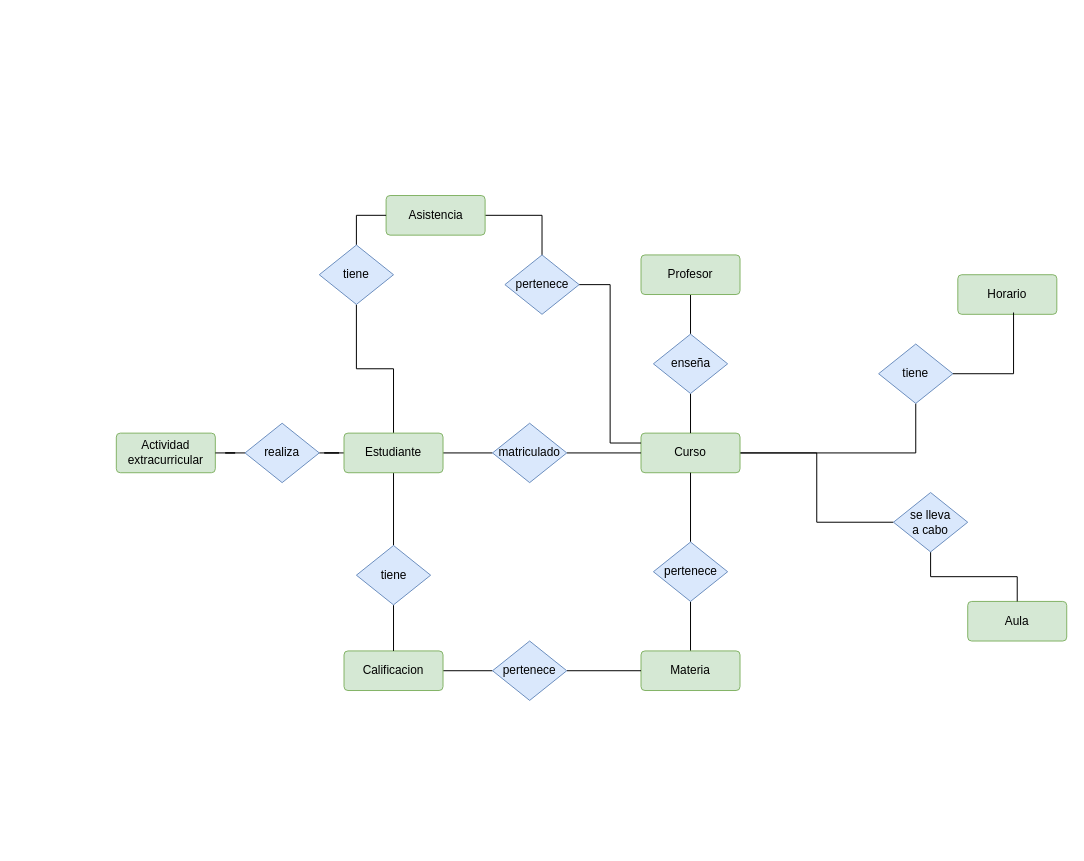
Earlier version of the draw.io diagram Unidad_1/Tareas/Tareas_entregables/Tarea_1/Diagrama sin título.drawio (OxideVanadium/base_de_datos). Source tidied: cells renumbered, new cells numbered last; positions are measured from the earlier drawing's top-left corner, leaving out a move shared by most shapes. Both pictures are drawn from the tidied source at 99%, with x=0, y=0 at pixel (116, 195).
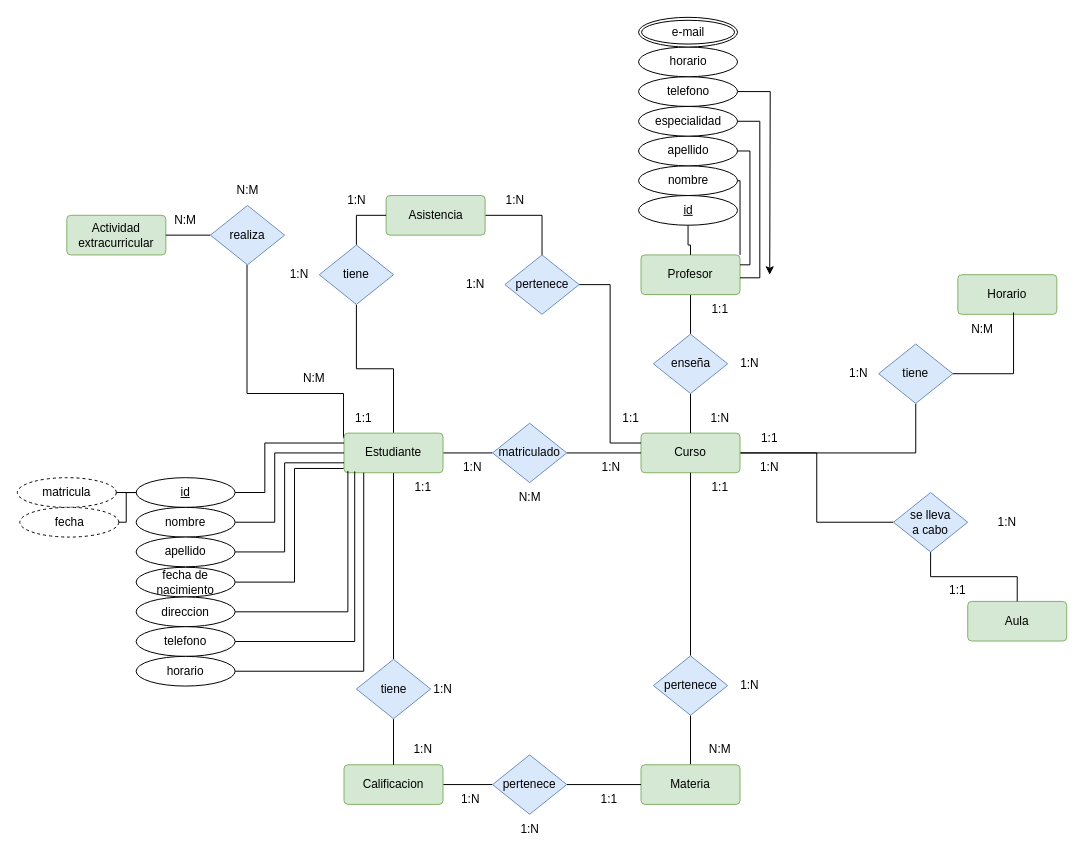
The same page after the edit.

The change refers to these unchanged cells:
```xml
<mxCell id="6" value="Estudiante" style="rounded=1;arcSize=10;whiteSpace=wrap;html=1;align=center;fillColor=#d5e8d4;strokeColor=#82b366;" parent="1" vertex="1">
  <mxGeometry x="230" y="240" width="100" height="40" as="geometry" />
</mxCell>
<mxCell id="11" value="Profesor" style="rounded=1;arcSize=10;whiteSpace=wrap;html=1;align=center;fillColor=#d5e8d4;strokeColor=#82b366;" parent="1" vertex="1">
  <mxGeometry x="530" y="60" width="100" height="40" as="geometry" />
</mxCell>
```

The edit, as a diff of the source:
```diff
@@
-    <mxCell id="5" style="edgeStyle=orthogonalEdgeStyle;rounded=0;jettySize=auto;html=1;endArrow=none;endFill=0;" parent="1" edge="1" source="6" target="39">
-      <mxGeometry relative="1" as="geometry" />
+    <mxCell id="5" style="edgeStyle=orthogonalEdgeStyle;rounded=0;jettySize=auto;html=1;endArrow=none;endFill=0;exitX=-0.005;exitY=0.125;exitDx=0;exitDy=0;exitPerimeter=0;" parent="1" edge="1" source="6" target="39">
+      <mxGeometry relative="1" as="geometry">
+        <Array as="points">
+          <mxPoint x="230" y="200" />
+          <mxPoint x="132" y="200" />
+        </Array>
+      </mxGeometry>
     </mxCell>
@@
     <mxCell id="15" value="&lt;div&gt;Materia&lt;/div&gt;" style="rounded=1;arcSize=10;whiteSpace=wrap;html=1;align=center;fillColor=#d5e8d4;strokeColor=#82b366;" parent="1" vertex="1">
-      <mxGeometry x="530" y="460" width="100" height="40" as="geometry" />
+      <mxGeometry x="530" y="575" width="100" height="40" as="geometry" />
     </mxCell>
@@
     <mxCell id="17" value="Calificacion" style="rounded=1;arcSize=10;whiteSpace=wrap;html=1;align=center;fillColor=#d5e8d4;strokeColor=#82b366;" parent="1" vertex="1">
-      <mxGeometry x="230" y="460" width="100" height="40" as="geometry" />
+      <mxGeometry x="230" y="575" width="100" height="40" as="geometry" />
     </mxCell>
@@
     <mxCell id="20" value="Actividad extracurricular" style="rounded=1;arcSize=10;whiteSpace=wrap;html=1;align=center;fillColor=#d5e8d4;strokeColor=#82b366;" parent="1" vertex="1">
-      <mxGeometry y="240" width="100" height="40" as="geometry" />
+      <mxGeometry x="-50" y="20" width="100" height="40" as="geometry" />
     </mxCell>
@@
     <mxCell id="26" value="pertenece" style="shape=rhombus;perimeter=rhombusPerimeter;whiteSpace=wrap;html=1;align=center;fillColor=#dae8fc;strokeColor=#6c8ebf;" parent="1" vertex="1">
-      <mxGeometry x="542.5" y="350" width="75" height="60" as="geometry" />
+      <mxGeometry x="542.5" y="465" width="75" height="60" as="geometry" />
     </mxCell>
@@
     <mxCell id="31" value="tiene" style="shape=rhombus;perimeter=rhombusPerimeter;whiteSpace=wrap;html=1;align=center;fillColor=#dae8fc;strokeColor=#6c8ebf;" parent="1" vertex="1">
-      <mxGeometry x="242.5" y="353.5" width="75" height="60" as="geometry" />
+      <mxGeometry x="242.5" y="468.5" width="75" height="60" as="geometry" />
     </mxCell>
@@
     <mxCell id="33" value="pertenece" style="shape=rhombus;perimeter=rhombusPerimeter;whiteSpace=wrap;html=1;align=center;fillColor=#dae8fc;strokeColor=#6c8ebf;" parent="1" vertex="1">
-      <mxGeometry x="380" y="450" width="75" height="60" as="geometry" />
+      <mxGeometry x="380" y="565" width="75" height="60" as="geometry" />
     </mxCell>
@@
     <mxCell id="39" value="realiza" style="shape=rhombus;perimeter=rhombusPerimeter;whiteSpace=wrap;html=1;align=center;fillColor=#dae8fc;strokeColor=#6c8ebf;" parent="1" vertex="1">
-      <mxGeometry x="130" y="230" width="75" height="60" as="geometry" />
+      <mxGeometry x="95" y="10" width="75" height="60" as="geometry" />
     </mxCell>
@@
+    <mxCell id="41" value="1:N" style="text;html=1;strokeColor=none;fillColor=none;align=center;verticalAlign=middle;whiteSpace=wrap;rounded=0;" parent="1" vertex="1">
+      <mxGeometry x="470" y="260" width="60" height="30" as="geometry" />
+    </mxCell>
+    <mxCell id="42" value="1:N" style="text;html=1;strokeColor=none;fillColor=none;align=center;verticalAlign=middle;whiteSpace=wrap;rounded=0;" parent="1" vertex="1">
+      <mxGeometry x="330" y="260" width="60" height="30" as="geometry" />
+    </mxCell>
+    <mxCell id="43" value="N:M" style="text;html=1;strokeColor=none;fillColor=none;align=center;verticalAlign=middle;whiteSpace=wrap;rounded=0;" parent="1" vertex="1">
+      <mxGeometry x="387.5" y="290" width="60" height="30" as="geometry" />
+    </mxCell>
+    <mxCell id="44" value="1:N" style="text;html=1;strokeColor=none;fillColor=none;align=center;verticalAlign=middle;whiteSpace=wrap;rounded=0;" parent="1" vertex="1">
+      <mxGeometry x="580" y="210" width="60" height="30" as="geometry" />
+    </mxCell>
+    <mxCell id="45" value="1:1" style="text;html=1;strokeColor=none;fillColor=none;align=center;verticalAlign=middle;whiteSpace=wrap;rounded=0;" parent="1" vertex="1">
+      <mxGeometry x="580" y="100" width="60" height="30" as="geometry" />
+    </mxCell>
+    <mxCell id="46" value="1:N" style="text;html=1;strokeColor=none;fillColor=none;align=center;verticalAlign=middle;whiteSpace=wrap;rounded=0;" parent="1" vertex="1">
+      <mxGeometry x="610" y="155" width="60" height="30" as="geometry" />
+    </mxCell>
+    <mxCell id="47" value="N:M" style="text;html=1;strokeColor=none;fillColor=none;align=center;verticalAlign=middle;whiteSpace=wrap;rounded=0;" parent="1" vertex="1">
+      <mxGeometry x="580" y="545" width="60" height="30" as="geometry" />
+    </mxCell>
+    <mxCell id="48" value="1:1" style="text;html=1;strokeColor=none;fillColor=none;align=center;verticalAlign=middle;whiteSpace=wrap;rounded=0;" parent="1" vertex="1">
+      <mxGeometry x="580" y="280" width="60" height="30" as="geometry" />
+    </mxCell>
+    <mxCell id="49" value="1:N" style="text;html=1;strokeColor=none;fillColor=none;align=center;verticalAlign=middle;whiteSpace=wrap;rounded=0;" parent="1" vertex="1">
+      <mxGeometry x="610" y="480" width="60" height="30" as="geometry" />
+    </mxCell>
+    <mxCell id="50" value="N:M" style="text;html=1;strokeColor=none;fillColor=none;align=center;verticalAlign=middle;whiteSpace=wrap;rounded=0;" parent="1" vertex="1">
+      <mxGeometry x="845" y="120" width="60" height="30" as="geometry" />
+    </mxCell>
+    <mxCell id="51" value="1:1" style="text;html=1;strokeColor=none;fillColor=none;align=center;verticalAlign=middle;whiteSpace=wrap;rounded=0;" parent="1" vertex="1">
+      <mxGeometry x="630" y="230" width="60" height="30" as="geometry" />
+    </mxCell>
+    <mxCell id="52" value="1:N" style="text;html=1;strokeColor=none;fillColor=none;align=center;verticalAlign=middle;whiteSpace=wrap;rounded=0;" parent="1" vertex="1">
+      <mxGeometry x="720" y="165" width="60" height="30" as="geometry" />
+    </mxCell>
+    <mxCell id="53" value="1:N" style="text;html=1;strokeColor=none;fillColor=none;align=center;verticalAlign=middle;whiteSpace=wrap;rounded=0;" parent="1" vertex="1">
+      <mxGeometry x="280" y="545" width="60" height="30" as="geometry" />
+    </mxCell>
+    <mxCell id="54" value="1:1" style="text;html=1;strokeColor=none;fillColor=none;align=center;verticalAlign=middle;whiteSpace=wrap;rounded=0;" parent="1" vertex="1">
+      <mxGeometry x="280" y="280" width="60" height="30" as="geometry" />
+    </mxCell>
+    <mxCell id="55" value="1:1" style="text;html=1;strokeColor=none;fillColor=none;align=center;verticalAlign=middle;whiteSpace=wrap;rounded=0;" parent="1" vertex="1">
+      <mxGeometry x="467.5" y="595" width="60" height="30" as="geometry" />
+    </mxCell>
+    <mxCell id="56" value="1:N" style="text;html=1;strokeColor=none;fillColor=none;align=center;verticalAlign=middle;whiteSpace=wrap;rounded=0;" parent="1" vertex="1">
+      <mxGeometry x="300" y="483.5" width="60" height="30" as="geometry" />
+    </mxCell>
+    <mxCell id="57" value="1:N" style="text;html=1;strokeColor=none;fillColor=none;align=center;verticalAlign=middle;whiteSpace=wrap;rounded=0;" parent="1" vertex="1">
+      <mxGeometry x="387.5" y="625" width="60" height="30" as="geometry" />
+    </mxCell>
+    <mxCell id="58" value="1:N" style="text;html=1;strokeColor=none;fillColor=none;align=center;verticalAlign=middle;whiteSpace=wrap;rounded=0;" parent="1" vertex="1">
+      <mxGeometry x="327.5" y="595" width="60" height="30" as="geometry" />
+    </mxCell>
+    <mxCell id="59" value="1:N" style="text;html=1;strokeColor=none;fillColor=none;align=center;verticalAlign=middle;whiteSpace=wrap;rounded=0;" parent="1" vertex="1">
+      <mxGeometry x="212.5" y="-10" width="60" height="30" as="geometry" />
+    </mxCell>
+    <mxCell id="60" value="1:N" style="text;html=1;strokeColor=none;fillColor=none;align=center;verticalAlign=middle;whiteSpace=wrap;rounded=0;" parent="1" vertex="1">
+      <mxGeometry x="372.5" y="-10" width="60" height="30" as="geometry" />
+    </mxCell>
+    <mxCell id="61" value="1:1" style="text;html=1;strokeColor=none;fillColor=none;align=center;verticalAlign=middle;whiteSpace=wrap;rounded=0;" parent="1" vertex="1">
+      <mxGeometry x="220" y="210" width="60" height="30" as="geometry" />
+    </mxCell>
+    <mxCell id="62" value="1:1" style="text;html=1;strokeColor=none;fillColor=none;align=center;verticalAlign=middle;whiteSpace=wrap;rounded=0;" parent="1" vertex="1">
+      <mxGeometry x="490" y="210" width="60" height="30" as="geometry" />
+    </mxCell>
+    <mxCell id="63" value="1:N" style="text;html=1;strokeColor=none;fillColor=none;align=center;verticalAlign=middle;whiteSpace=wrap;rounded=0;" parent="1" vertex="1">
+      <mxGeometry x="155" y="65" width="60" height="30" as="geometry" />
+    </mxCell>
+    <mxCell id="64" value="1:N" style="text;html=1;strokeColor=none;fillColor=none;align=center;verticalAlign=middle;whiteSpace=wrap;rounded=0;" parent="1" vertex="1">
+      <mxGeometry x="332.5" y="75" width="60" height="30" as="geometry" />
+    </mxCell>
+    <mxCell id="65" value="N:M" style="text;html=1;strokeColor=none;fillColor=none;align=center;verticalAlign=middle;whiteSpace=wrap;rounded=0;" parent="1" vertex="1">
+      <mxGeometry x="40" y="10" width="60" height="30" as="geometry" />
+    </mxCell>
+    <mxCell id="66" value="N:M" style="text;html=1;strokeColor=none;fillColor=none;align=center;verticalAlign=middle;whiteSpace=wrap;rounded=0;" parent="1" vertex="1">
+      <mxGeometry x="170" y="170" width="60" height="30" as="geometry" />
+    </mxCell>
+    <mxCell id="67" value="N:M" style="text;html=1;strokeColor=none;fillColor=none;align=center;verticalAlign=middle;whiteSpace=wrap;rounded=0;" parent="1" vertex="1">
+      <mxGeometry x="102.5" y="-20" width="60" height="30" as="geometry" />
+    </mxCell>
+    <mxCell id="68" value="1:1" style="text;html=1;strokeColor=none;fillColor=none;align=center;verticalAlign=middle;whiteSpace=wrap;rounded=0;" parent="1" vertex="1">
+      <mxGeometry x="820" y="383.5" width="60" height="30" as="geometry" />
+    </mxCell>
+    <mxCell id="69" value="1:N" style="text;html=1;strokeColor=none;fillColor=none;align=center;verticalAlign=middle;whiteSpace=wrap;rounded=0;" parent="1" vertex="1">
+      <mxGeometry x="630" y="260" width="60" height="30" as="geometry" />
+    </mxCell>
+    <mxCell id="70" value="1:N" style="text;html=1;strokeColor=none;fillColor=none;align=center;verticalAlign=middle;whiteSpace=wrap;rounded=0;" parent="1" vertex="1">
+      <mxGeometry x="870" y="315" width="60" height="30" as="geometry" />
+    </mxCell>
+    <mxCell id="71" style="edgeStyle=orthogonalEdgeStyle;rounded=0;jettySize=auto;html=1;entryX=0;entryY=0.25;entryDx=0;entryDy=0;endArrow=none;endFill=0;" parent="1" edge="1" source="72" target="6">
+      <mxGeometry relative="1" as="geometry">
+        <Array as="points">
+          <mxPoint x="150" y="300" />
+          <mxPoint x="150" y="250" />
+        </Array>
+      </mxGeometry>
+    </mxCell>
+    <mxCell id="72" value="id" style="ellipse;whiteSpace=wrap;html=1;align=center;fontStyle=4;" parent="1" vertex="1">
+      <mxGeometry x="20" y="285" width="100" height="30" as="geometry" />
+    </mxCell>
+    <mxCell id="73" style="edgeStyle=orthogonalEdgeStyle;rounded=0;jettySize=auto;html=1;entryX=0;entryY=0.5;entryDx=0;entryDy=0;endArrow=none;endFill=0;" parent="1" edge="1" source="74" target="6">
+      <mxGeometry relative="1" as="geometry">
+        <Array as="points">
+          <mxPoint x="160" y="330" />
+          <mxPoint x="160" y="260" />
+        </Array>
+      </mxGeometry>
+    </mxCell>
+    <mxCell id="74" value="nombre" style="ellipse;whiteSpace=wrap;html=1;align=center;" parent="1" vertex="1">
+      <mxGeometry x="20" y="315" width="100" height="30" as="geometry" />
+    </mxCell>
+    <mxCell id="75" style="edgeStyle=orthogonalEdgeStyle;rounded=0;jettySize=auto;html=1;entryX=-0.004;entryY=0.893;entryDx=0;entryDy=0;endArrow=none;endFill=0;entryPerimeter=0;" parent="1" edge="1" source="76" target="6">
+      <mxGeometry relative="1" as="geometry">
+        <Array as="points">
+          <mxPoint x="180" y="391" />
+          <mxPoint x="180" y="276" />
+        </Array>
+      </mxGeometry>
+    </mxCell>
+    <mxCell id="76" value="fecha de nacimiento" style="ellipse;whiteSpace=wrap;html=1;align=center;" parent="1" vertex="1">
+      <mxGeometry x="20" y="375.5" width="100" height="30" as="geometry" />
+    </mxCell>
+    <mxCell id="77" value="direccion" style="ellipse;whiteSpace=wrap;html=1;align=center;" parent="1" vertex="1">
+      <mxGeometry x="20" y="405.5" width="100" height="30" as="geometry" />
+    </mxCell>
+    <mxCell id="78" value="telefono" style="ellipse;whiteSpace=wrap;html=1;align=center;" parent="1" vertex="1">
+      <mxGeometry x="20" y="435.5" width="100" height="30" as="geometry" />
+    </mxCell>
+    <mxCell id="79" value="horario" style="ellipse;whiteSpace=wrap;html=1;align=center;" parent="1" vertex="1">
+      <mxGeometry x="20" y="465.5" width="100" height="30" as="geometry" />
+    </mxCell>
+    <mxCell id="80" style="edgeStyle=orthogonalEdgeStyle;rounded=0;jettySize=auto;html=1;entryX=0;entryY=0.5;entryDx=0;entryDy=0;endArrow=none;endFill=0;" parent="1" edge="1" source="81" target="72">
+      <mxGeometry relative="1" as="geometry" />
+    </mxCell>
+    <mxCell id="81" value="matricula" style="ellipse;whiteSpace=wrap;html=1;align=center;dashed=1;" parent="1" vertex="1">
+      <mxGeometry x="-100" y="285" width="100" height="30" as="geometry" />
+    </mxCell>
+    <mxCell id="82" style="edgeStyle=orthogonalEdgeStyle;rounded=0;jettySize=auto;html=1;entryX=0;entryY=0.5;entryDx=0;entryDy=0;endArrow=none;endFill=0;" parent="1" edge="1" source="83" target="72">
+      <mxGeometry relative="1" as="geometry">
+        <Array as="points">
+          <mxPoint x="10" y="330" />
+          <mxPoint x="10" y="300" />
+        </Array>
+      </mxGeometry>
+    </mxCell>
+    <mxCell id="83" value="fecha" style="ellipse;whiteSpace=wrap;html=1;align=center;dashed=1;" parent="1" vertex="1">
+      <mxGeometry x="-97.5" y="315" width="100" height="30" as="geometry" />
+    </mxCell>
+    <mxCell id="84" style="edgeStyle=orthogonalEdgeStyle;rounded=0;jettySize=auto;html=1;entryX=0;entryY=0.75;entryDx=0;entryDy=0;endArrow=none;endFill=0;" parent="1" edge="1" source="85" target="6">
+      <mxGeometry relative="1" as="geometry">
+        <Array as="points">
+          <mxPoint x="170" y="360" />
+          <mxPoint x="170" y="270" />
+        </Array>
+      </mxGeometry>
+    </mxCell>
+    <mxCell id="85" value="apellido" style="ellipse;whiteSpace=wrap;html=1;align=center;" parent="1" vertex="1">
+      <mxGeometry x="20" y="345" width="100" height="30" as="geometry" />
+    </mxCell>
+    <mxCell id="86" style="edgeStyle=orthogonalEdgeStyle;rounded=0;jettySize=auto;html=1;entryX=0.039;entryY=0.953;entryDx=0;entryDy=0;entryPerimeter=0;endArrow=none;endFill=0;" parent="1" edge="1" source="77" target="6">
+      <mxGeometry relative="1" as="geometry" />
+    </mxCell>
+    <mxCell id="87" style="edgeStyle=orthogonalEdgeStyle;rounded=0;jettySize=auto;html=1;entryX=0.108;entryY=0.967;entryDx=0;entryDy=0;entryPerimeter=0;endArrow=none;endFill=0;" parent="1" edge="1" source="78" target="6">
+      <mxGeometry relative="1" as="geometry" />
+    </mxCell>
+    <mxCell id="88" style="edgeStyle=orthogonalEdgeStyle;rounded=0;jettySize=auto;html=1;entryX=0.199;entryY=1;entryDx=0;entryDy=0;entryPerimeter=0;endArrow=none;endFill=0;" parent="1" edge="1" source="79" target="6">
+      <mxGeometry relative="1" as="geometry" />
+    </mxCell>
+    <mxCell id="89" style="edgeStyle=orthogonalEdgeStyle;rounded=0;jettySize=auto;html=1;entryX=0.5;entryY=0;entryDx=0;entryDy=0;endArrow=none;endFill=0;" parent="1" edge="1" source="90" target="11">
+      <mxGeometry relative="1" as="geometry" />
+    </mxCell>
+    <mxCell id="90" value="id" style="ellipse;whiteSpace=wrap;html=1;align=center;fontStyle=4;" parent="1" vertex="1">
+      <mxGeometry x="527.5" width="100" height="30" as="geometry" />
+    </mxCell>
+    <mxCell id="91" style="edgeStyle=orthogonalEdgeStyle;rounded=0;jettySize=auto;html=1;endArrow=none;endFill=0;" parent="1" edge="1" source="92">
+      <mxGeometry relative="1" as="geometry">
+        <mxPoint x="630" y="60" as="targetPoint" />
+        <Array as="points">
+          <mxPoint x="630" y="-15" />
+        </Array>
+      </mxGeometry>
+    </mxCell>
+    <mxCell id="92" value="nombre" style="ellipse;whiteSpace=wrap;html=1;align=center;" parent="1" vertex="1">
+      <mxGeometry x="527.5" y="-30" width="100" height="30" as="geometry" />
+    </mxCell>
+    <mxCell id="93" style="edgeStyle=orthogonalEdgeStyle;rounded=0;jettySize=auto;html=1;" parent="1" edge="1" source="94">
+      <mxGeometry relative="1" as="geometry">
+        <mxPoint x="660" y="80" as="targetPoint" />
+      </mxGeometry>
+    </mxCell>
+    <mxCell id="94" value="telefono" style="ellipse;whiteSpace=wrap;html=1;align=center;" parent="1" vertex="1">
+      <mxGeometry x="527.5" y="-120" width="100" height="30" as="geometry" />
+    </mxCell>
+    <mxCell id="95" value="horario" style="ellipse;whiteSpace=wrap;html=1;align=center;" parent="1" vertex="1">
+      <mxGeometry x="527.5" y="-150" width="100" height="30" as="geometry" />
+    </mxCell>
+    <mxCell id="96" style="edgeStyle=orthogonalEdgeStyle;rounded=0;jettySize=auto;html=1;entryX=1;entryY=0.25;entryDx=0;entryDy=0;endArrow=none;endFill=0;exitX=1;exitY=0.5;exitDx=0;exitDy=0;" parent="1" edge="1" source="97" target="11">
+      <mxGeometry relative="1" as="geometry">
+        <Array as="points">
+          <mxPoint x="640" y="-45" />
+          <mxPoint x="640" y="70" />
+        </Array>
+      </mxGeometry>
+    </mxCell>
+    <mxCell id="97" value="apellido" style="ellipse;whiteSpace=wrap;html=1;align=center;" parent="1" vertex="1">
+      <mxGeometry x="527.5" y="-60" width="100" height="30" as="geometry" />
+    </mxCell>
+    <mxCell id="98" value="especialidad" style="ellipse;whiteSpace=wrap;html=1;align=center;" parent="1" vertex="1">
+      <mxGeometry x="527.5" y="-90" width="100" height="30" as="geometry" />
+    </mxCell>
+    <mxCell id="99" value="e-mail" style="ellipse;shape=doubleEllipse;margin=3;whiteSpace=wrap;html=1;align=center;" parent="1" vertex="1">
+      <mxGeometry x="527.5" y="-180" width="100" height="30" as="geometry" />
+    </mxCell>
+    <mxCell id="100" style="edgeStyle=orthogonalEdgeStyle;rounded=0;jettySize=auto;html=1;entryX=1.001;entryY=0.578;entryDx=0;entryDy=0;entryPerimeter=0;endArrow=none;endFill=0;" parent="1" edge="1" source="98" target="11">
+      <mxGeometry relative="1" as="geometry">
+        <Array as="points">
+          <mxPoint x="650" y="-75" />
+          <mxPoint x="650" y="83" />
+        </Array>
+      </mxGeometry>
+    </mxCell>
```
